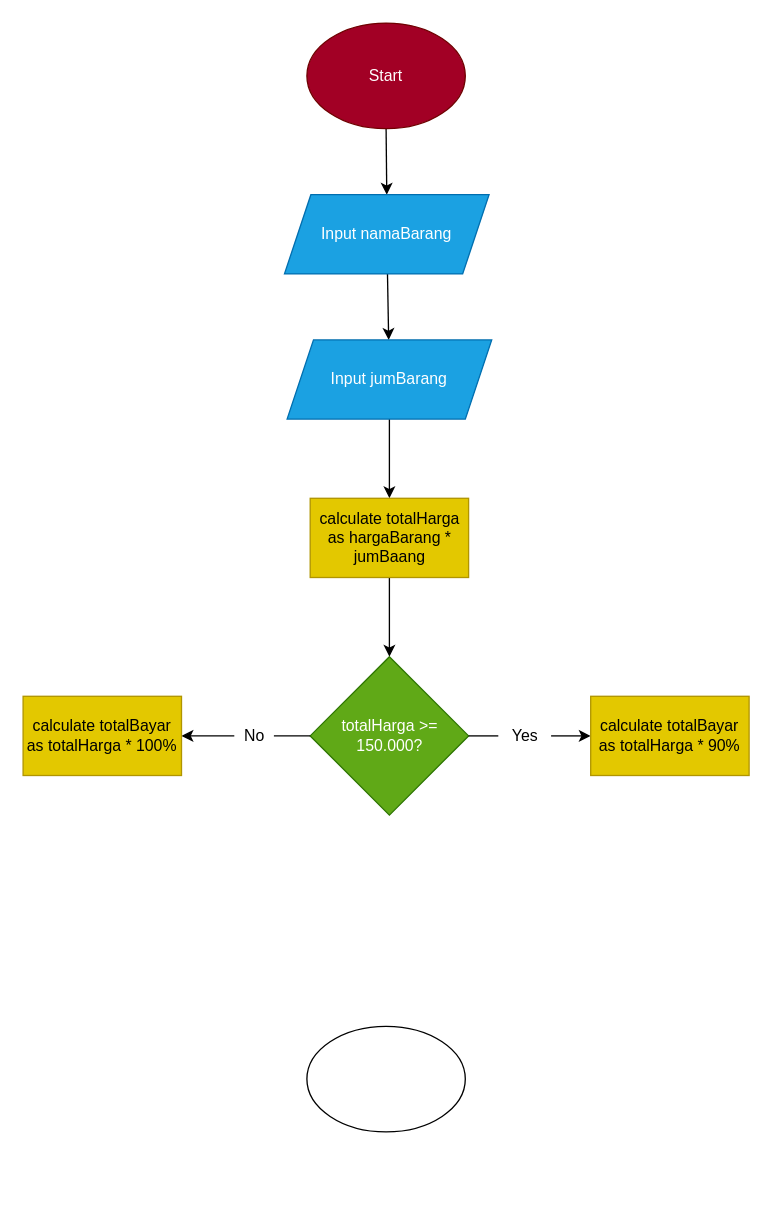
aldy02/aldy_rahman-sistem_kasir keeps this draw.io diagram as flowchart.drawio. Above is the earlier version. Source tidied: cells renumbered, new cells numbered last; positions are measured from the earlier drawing's top-left corner, leaving out a move shared by most shapes. Both pictures are drawn from the tidied source at 132%, with x=0, y=0 at pixel (22, 22).
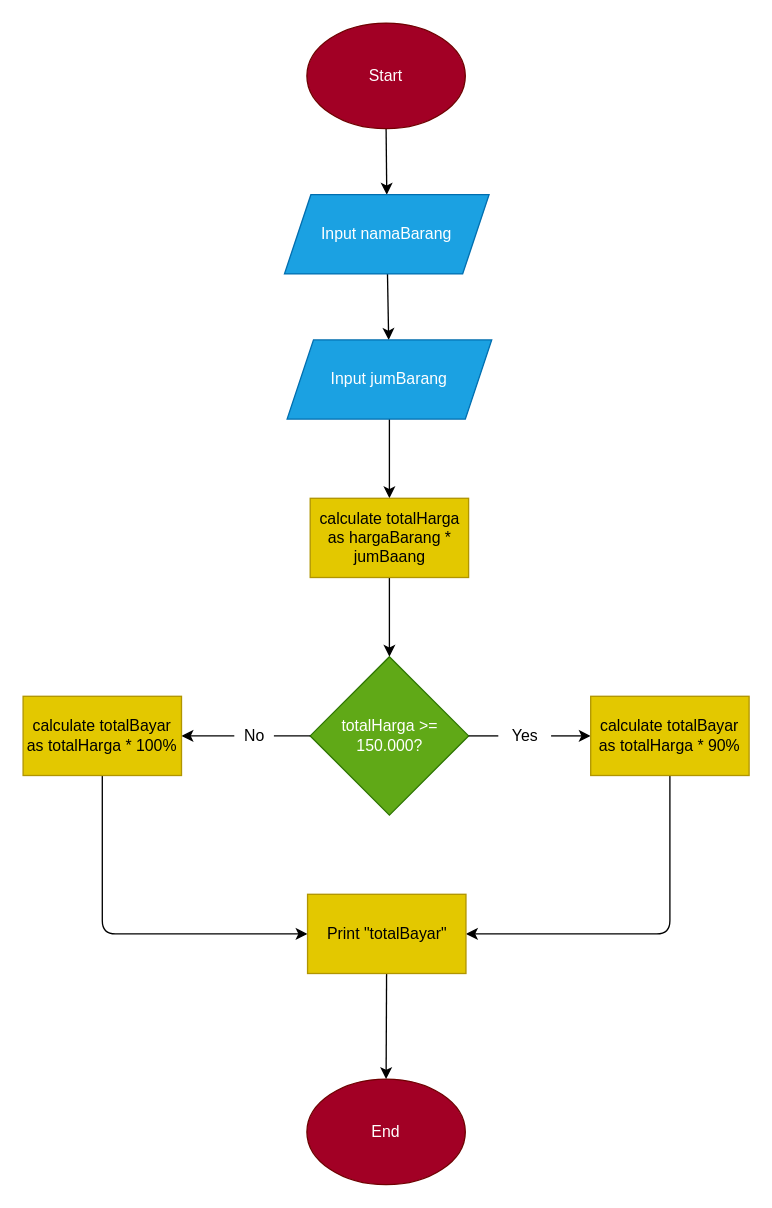
The same page after the edit.

Commit message:
feat: add final flowchart for sistem kalkulator

The change refers to these unchanged cells:
```xml
<mxCell id="14" value="&lt;span&gt;calculate totalBayar as totalHarga * 100%&lt;/span&gt;" style="rounded=0;whiteSpace=wrap;html=1;fillColor=#e3c800;fontColor=#000000;strokeColor=#B09500;" parent="1" vertex="1">
  <mxGeometry y="510" width="120" height="60" as="geometry" />
</mxCell>
<mxCell id="15" value="calculate totalBayar as totalHarga * 90%" style="rounded=0;whiteSpace=wrap;html=1;fillColor=#e3c800;fontColor=#000000;strokeColor=#B09500;" parent="1" vertex="1">
  <mxGeometry x="430" y="510" width="120" height="60" as="geometry" />
</mxCell>
```

Change to the diagram source:
```diff
@@
-    <mxCell id="4" style="ellipse;whiteSpace=wrap;html=1;" parent="1" vertex="1">
-      <mxGeometry x="215" y="760" width="120" height="80" as="geometry" />
+    <mxCell id="4" value="End" style="ellipse;whiteSpace=wrap;html=1;fillColor=#a20025;fontColor=#ffffff;strokeColor=#6F0000;" parent="1" vertex="1">
+      <mxGeometry x="215" y="800" width="120" height="80" as="geometry" />
     </mxCell>
@@
+    <mxCell id="20" style="edgeStyle=none;html=1;entryX=0;entryY=0.5;entryDx=0;entryDy=0;" parent="1" edge="1" source="14" target="23">
+      <mxGeometry relative="1" as="geometry">
+        <Array as="points">
+          <mxPoint x="60" y="690" />
+        </Array>
+      </mxGeometry>
+    </mxCell>
@@
+    <mxCell id="21" style="edgeStyle=none;html=1;entryX=1;entryY=0.5;entryDx=0;entryDy=0;" parent="1" edge="1" source="15" target="23">
+      <mxGeometry relative="1" as="geometry">
+        <Array as="points">
+          <mxPoint x="490" y="690" />
+        </Array>
+      </mxGeometry>
+    </mxCell>
@@
+    <mxCell id="22" style="edgeStyle=none;html=1;entryX=0.5;entryY=0;entryDx=0;entryDy=0;" parent="1" edge="1" source="23" target="4">
+      <mxGeometry relative="1" as="geometry" />
+    </mxCell>
+    <mxCell id="23" value="Print &quot;totalBayar&quot;" style="rounded=0;whiteSpace=wrap;html=1;fillColor=#e3c800;fontColor=#000000;strokeColor=#B09500;" parent="1" vertex="1">
+      <mxGeometry x="215.5" y="660" width="120" height="60" as="geometry" />
+    </mxCell>
```
